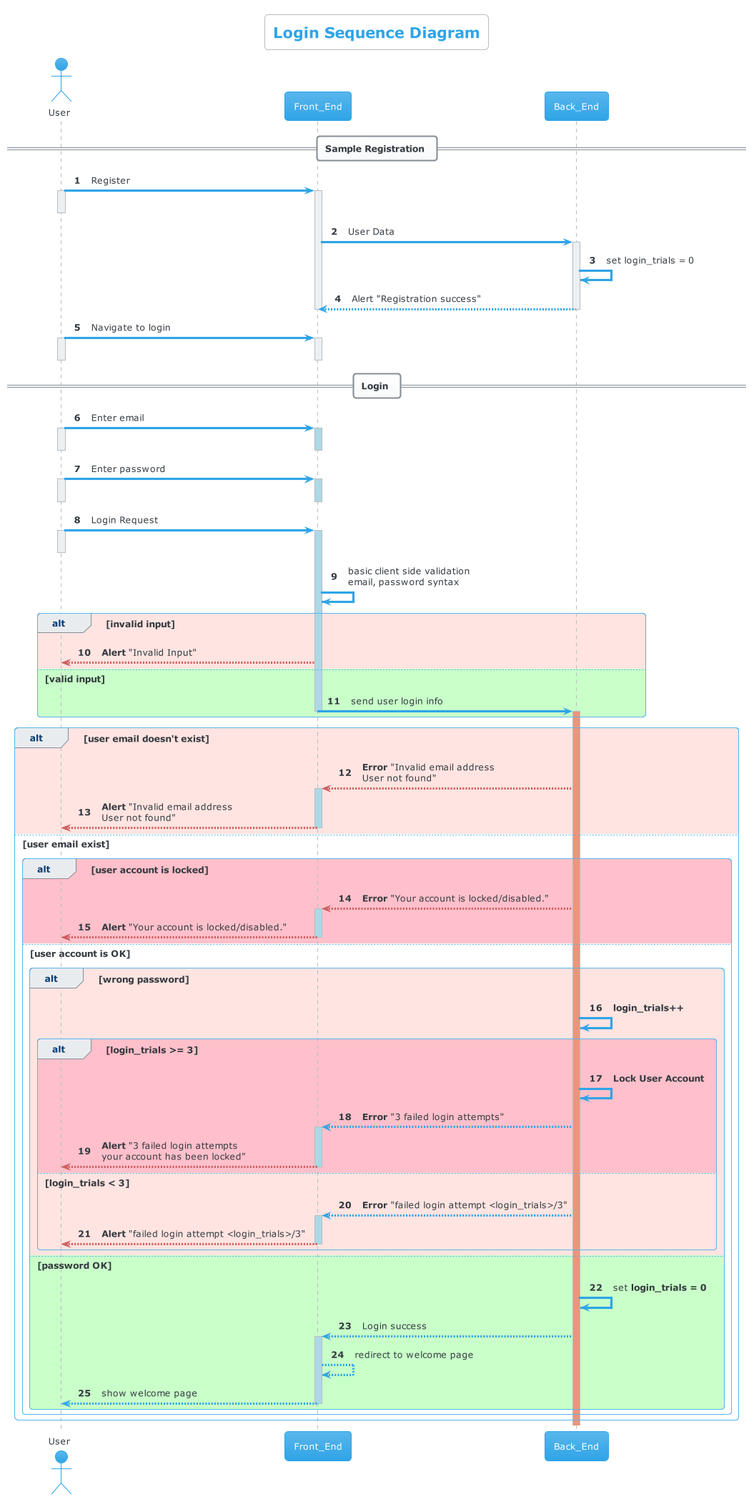
HossamElwahsh/sprints-automotive keeps this PlantUML diagram as SWE/SWE_02_DrawYourFirstSequenceDiagram/Login_Sequence_Diagram.png. Above is the earlier version.
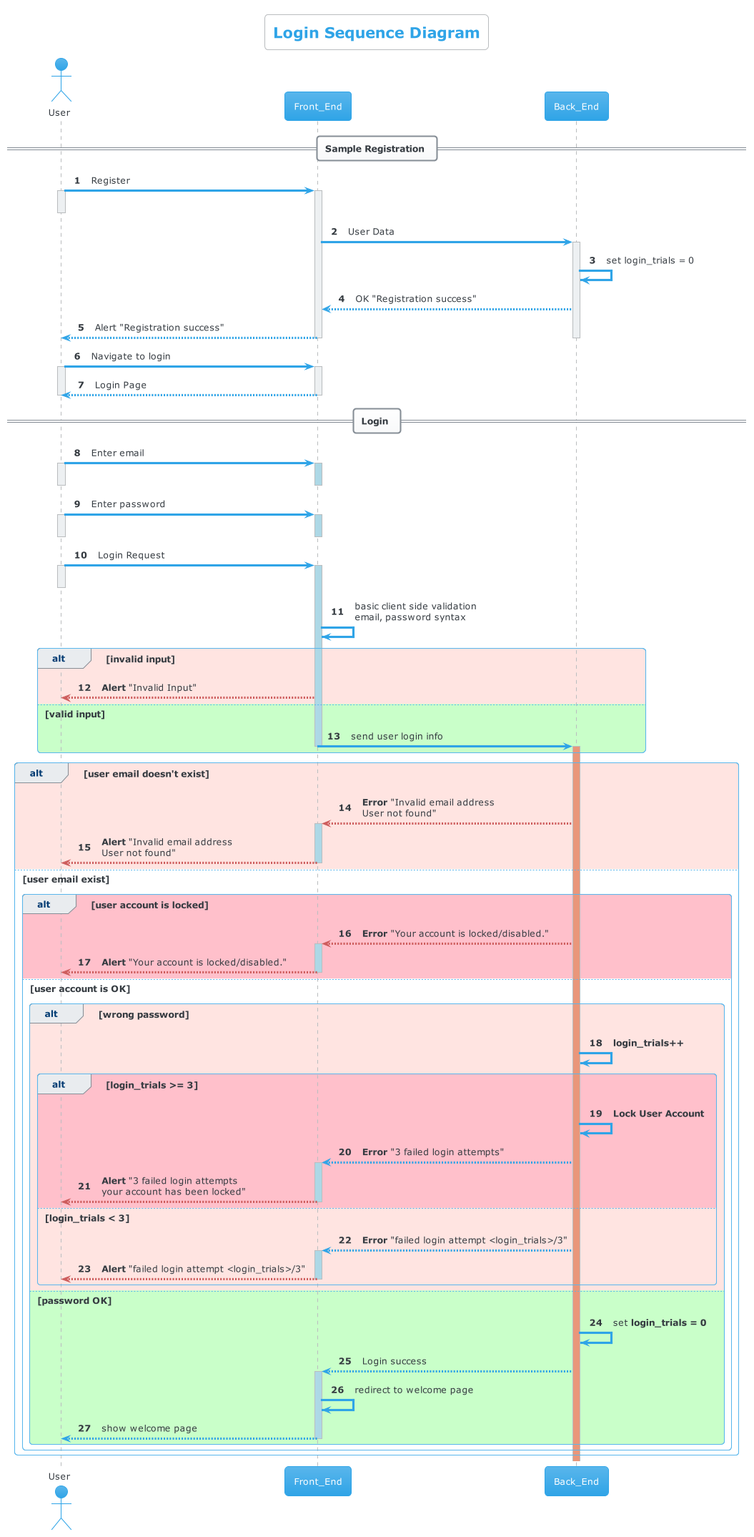
After the commit.

Commit message:
update <SWE>: add registration reply

What changed in the source:
```diff
@@ -14,13 +14,15 @@
 Front_End -> Back_End: User Data
 activate Back_End
 Back_End -> Back_End: set login_trials = 0
-Back_End --> Front_End: Alert "Registration success"
+Back_End --> Front_End: OK "Registration success"
+User <-- Front_End: Alert "Registration success"
 deactivate Back_End
 deactivate Front_End
 
 User -> Front_End: Navigate to login
 activate Front_End
 activate User
+User <-- Front_End: Login Page
 deactivate Front_End
 deactivate User
 
@@ -89,7 +91,7 @@
             Back_End -> Back_End: set **login_trials = 0**
             Back_End --> Front_End: Login success
             activate Front_End #lightblue
-            Front_End --> Front_End: redirect to welcome page
+            Front_End -> Front_End: redirect to welcome page
             Front_End --> User: show welcome page
             deactivate Front_End
         end
```
